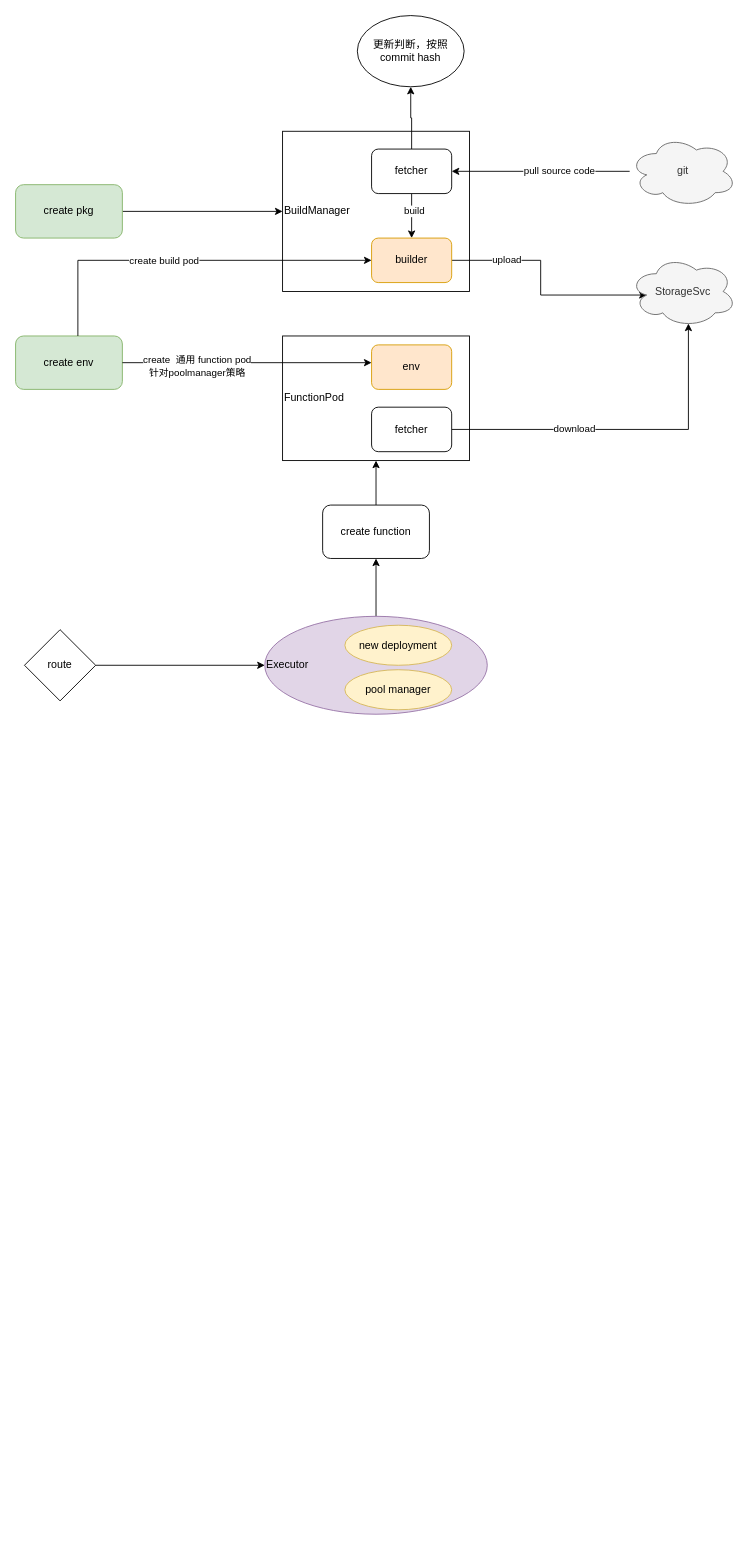
This is fission.drawio from windingmonth/draw, a draw.io file, before an edit. Source tidied: cells renumbered, new cells numbered last; positions are measured from the earlier drawing's top-left corner, leaving out a move shared by most shapes. Both pictures are drawn from the tidied source at 89%, with x=0, y=0 at pixel (15, 15).
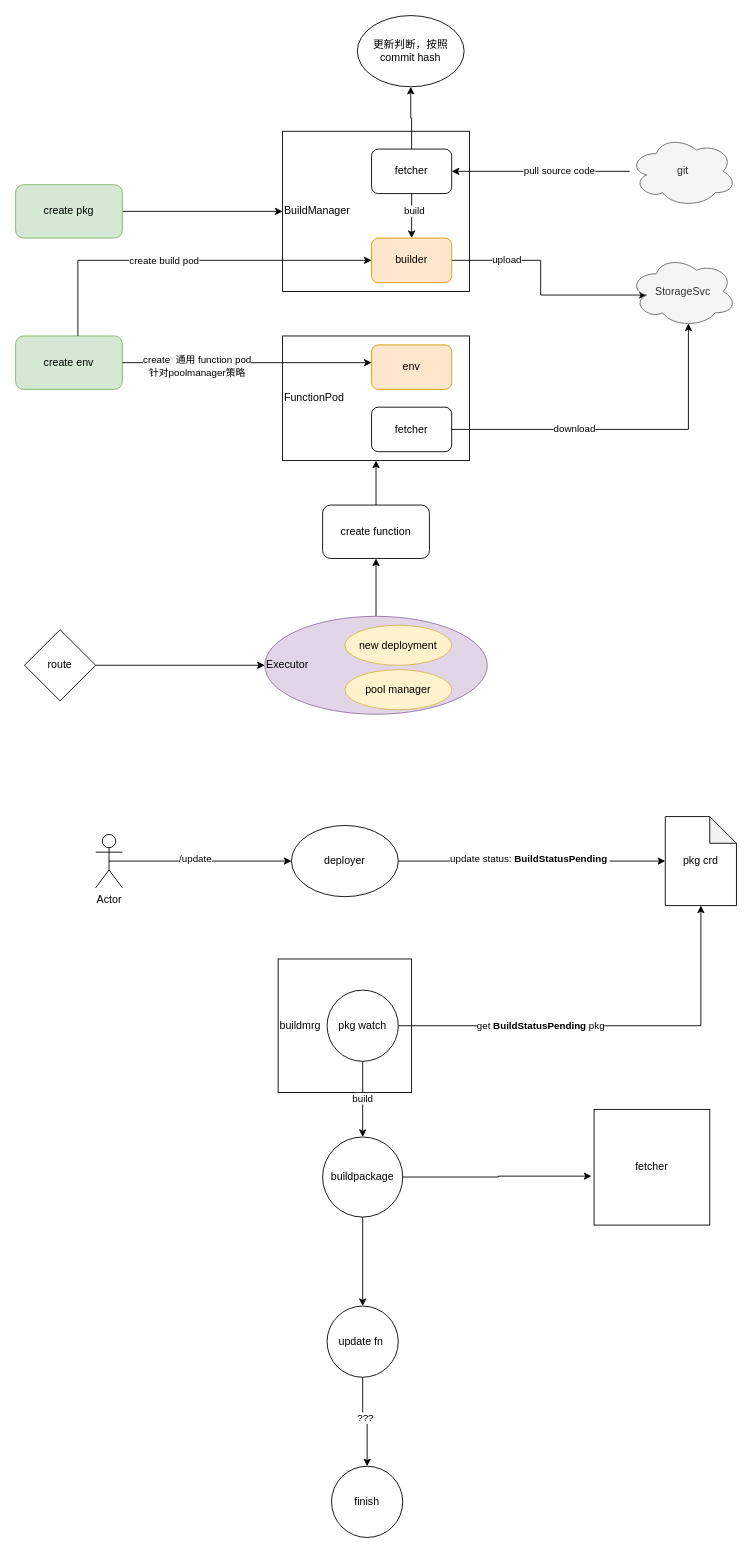
After the change.

The edit, as a diff of the source:
```diff
@@
+    <mxCell id="35" style="edgeStyle=orthogonalEdgeStyle;rounded=0;jettySize=auto;html=1;exitX=0.5;exitY=0.5;exitDx=0;exitDy=0;exitPerimeter=0;entryX=0;entryY=0.5;entryDx=0;entryDy=0;" parent="1" edge="1" source="37" target="40">
+      <mxGeometry relative="1" as="geometry" />
+    </mxCell>
+    <mxCell id="36" value="/update" style="edgeLabel;html=1;align=center;verticalAlign=middle;" parent="35" vertex="1">
+      <mxGeometry x="-0.06" y="3" relative="1" as="geometry" />
+    </mxCell>
+    <mxCell id="37" value="Actor" style="shape=umlActor;verticalLabelPosition=bottom;verticalAlign=top;html=1;outlineConnect=0;" parent="1" vertex="1">
+      <mxGeometry x="90" y="920" width="30" height="60" as="geometry" />
+    </mxCell>
+    <mxCell id="38" style="edgeStyle=orthogonalEdgeStyle;rounded=0;jettySize=auto;html=1;entryX=0;entryY=0.5;entryDx=0;entryDy=0;entryPerimeter=0;" parent="1" edge="1" source="40" target="41">
+      <mxGeometry relative="1" as="geometry" />
+    </mxCell>
+    <mxCell id="39" value="update status:&amp;nbsp;&lt;b&gt;BuildStatusPending&amp;nbsp;&lt;/b&gt;" style="edgeLabel;html=1;align=center;verticalAlign=middle;" parent="38" vertex="1">
+      <mxGeometry x="-0.02" y="4" relative="1" as="geometry" />
+    </mxCell>
+    <mxCell id="40" value="deployer" style="ellipse;whiteSpace=wrap;html=1;" parent="1" vertex="1">
+      <mxGeometry x="310" y="910" width="120" height="80" as="geometry" />
+    </mxCell>
+    <mxCell id="41" value="pkg crd" style="shape=note;whiteSpace=wrap;html=1;backgroundOutline=1;darkOpacity=0.05;" parent="1" vertex="1">
+      <mxGeometry x="730" y="900" width="80" height="100" as="geometry" />
+    </mxCell>
+    <mxCell id="42" value="buildmrg" style="whiteSpace=wrap;html=1;align=left;" parent="1" vertex="1">
+      <mxGeometry x="295" y="1060" width="150" height="150" as="geometry" />
+    </mxCell>
+    <mxCell id="43" style="edgeStyle=orthogonalEdgeStyle;rounded=0;jettySize=auto;html=1;exitX=1;exitY=0.5;exitDx=0;exitDy=0;entryX=0.5;entryY=1;entryDx=0;entryDy=0;entryPerimeter=0;" parent="1" edge="1" source="47" target="41">
+      <mxGeometry relative="1" as="geometry" />
+    </mxCell>
+    <mxCell id="44" value="get&amp;nbsp;&lt;b style=&quot;border-color: var(--border-color);&quot;&gt;BuildStatusPending&amp;nbsp;&lt;/b&gt;pkg" style="edgeLabel;html=1;align=center;verticalAlign=middle;" parent="43" vertex="1">
+      <mxGeometry x="-0.33" y="1" relative="1" as="geometry" />
+    </mxCell>
+    <mxCell id="45" style="edgeStyle=orthogonalEdgeStyle;rounded=0;jettySize=auto;html=1;exitX=0.5;exitY=1;exitDx=0;exitDy=0;entryX=0.5;entryY=0;entryDx=0;entryDy=0;" parent="1" edge="1" source="47" target="50">
+      <mxGeometry relative="1" as="geometry" />
+    </mxCell>
+    <mxCell id="46" value="build" style="edgeLabel;html=1;align=center;verticalAlign=middle;" parent="45" vertex="1">
+      <mxGeometry x="-0.04" y="-1" relative="1" as="geometry" />
+    </mxCell>
+    <mxCell id="47" value="pkg watch" style="ellipse;whiteSpace=wrap;html=1;" parent="1" vertex="1">
+      <mxGeometry x="350" y="1095" width="80" height="80" as="geometry" />
+    </mxCell>
+    <mxCell id="48" style="edgeStyle=orthogonalEdgeStyle;rounded=0;jettySize=auto;html=1;entryX=-0.023;entryY=0.577;entryDx=0;entryDy=0;entryPerimeter=0;" parent="1" edge="1" source="50" target="51">
+      <mxGeometry relative="1" as="geometry" />
+    </mxCell>
+    <mxCell id="49" style="edgeStyle=orthogonalEdgeStyle;rounded=0;jettySize=auto;html=1;entryX=0.5;entryY=0;entryDx=0;entryDy=0;" parent="1" edge="1" source="50" target="54">
+      <mxGeometry relative="1" as="geometry" />
+    </mxCell>
+    <mxCell id="50" value="buildpackage" style="ellipse;whiteSpace=wrap;html=1;" parent="1" vertex="1">
+      <mxGeometry x="345" y="1260" width="90" height="90" as="geometry" />
+    </mxCell>
+    <mxCell id="51" value="fetcher" style="whiteSpace=wrap;html=1;" parent="1" vertex="1">
+      <mxGeometry x="650" y="1229" width="130" height="130" as="geometry" />
+    </mxCell>
+    <mxCell id="52" style="edgeStyle=orthogonalEdgeStyle;rounded=0;jettySize=auto;html=1;entryX=0.5;entryY=0;entryDx=0;entryDy=0;" parent="1" edge="1" source="54" target="55">
+      <mxGeometry relative="1" as="geometry" />
+    </mxCell>
+    <mxCell id="53" value="???" style="edgeLabel;html=1;align=center;verticalAlign=middle;" parent="52" vertex="1">
+      <mxGeometry x="-0.14" y="2" relative="1" as="geometry" />
+    </mxCell>
+    <mxCell id="54" value="update fn&amp;nbsp;" style="ellipse;whiteSpace=wrap;html=1;" parent="1" vertex="1">
+      <mxGeometry x="350" y="1450" width="80" height="80" as="geometry" />
+    </mxCell>
+    <mxCell id="55" value="finish" style="ellipse;whiteSpace=wrap;html=1;" parent="1" vertex="1">
+      <mxGeometry x="355" y="1630" width="80" height="80" as="geometry" />
+    </mxCell>
```
